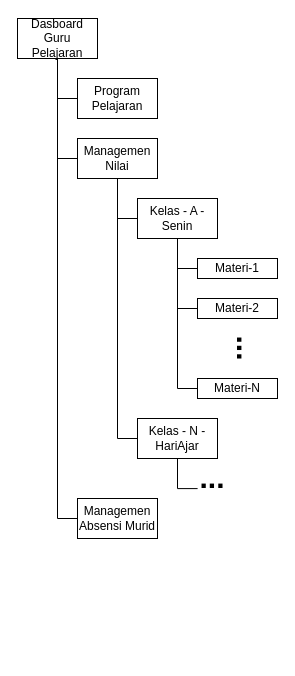
Earlier version of the draw.io diagram page "DashboardGuru-Pelajaran" (4 of 5) of docs/HirarkiTampilan.drawio (wowotek/PBP-Dosen-TR). Source tidied: cells renumbered, new cells numbered last; positions are measured from the earlier drawing's top-left corner, leaving out a move shared by most shapes. Both pictures are drawn from the tidied source at 100%, with x=0, y=0 at pixel (17, 18).
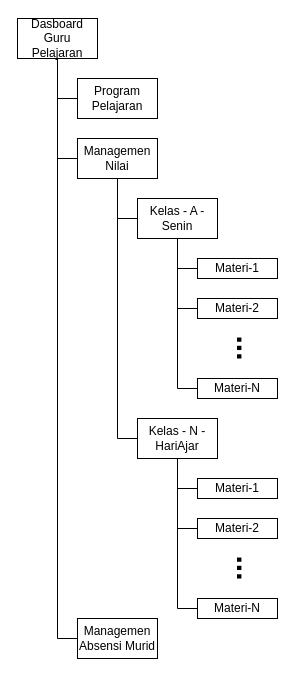
The same page after the edit.

The change refers to these unchanged cells:
```xml
<mxCell id="16" value="Kelas - N&amp;nbsp;- HariAjar" style="rounded=0;whiteSpace=wrap;html=1;" parent="1" vertex="1">
  <mxGeometry x="120" y="400" width="80" height="40" as="geometry" />
</mxCell>
```

The edit, as a diff of the source:
```diff
@@
-    <mxCell id="15" style="edgeStyle=orthogonalEdgeStyle;rounded=0;jettySize=auto;html=1;exitX=0.5;exitY=1;exitDx=0;exitDy=0;endArrow=none;endFill=0;" parent="1" edge="1" source="16">
-      <mxGeometry relative="1" as="geometry">
-        <mxPoint x="180.1" y="470.1" as="targetPoint" />
-        <Array as="points">
-          <mxPoint x="160" y="470" />
-        </Array>
-      </mxGeometry>
-    </mxCell>
+    <mxCell id="22" style="edgeStyle=orthogonalEdgeStyle;rounded=0;jettySize=auto;html=1;exitX=0.5;exitY=1;exitDx=0;exitDy=0;entryX=0;entryY=0.5;entryDx=0;entryDy=0;endArrow=none;endFill=0;" parent="1" edge="1" source="16" target="25">
+      <mxGeometry relative="1" as="geometry">
+        <Array as="points">
+          <mxPoint x="160" y="470" />
+        </Array>
+      </mxGeometry>
+    </mxCell>
+    <mxCell id="23" style="edgeStyle=orthogonalEdgeStyle;rounded=0;jettySize=auto;html=1;exitX=0.5;exitY=1;exitDx=0;exitDy=0;entryX=0;entryY=0.5;entryDx=0;entryDy=0;endArrow=none;endFill=0;" parent="1" edge="1" source="16" target="26">
+      <mxGeometry relative="1" as="geometry" />
+    </mxCell>
+    <mxCell id="24" style="edgeStyle=orthogonalEdgeStyle;rounded=0;jettySize=auto;html=1;exitX=0.5;exitY=1;exitDx=0;exitDy=0;entryX=0;entryY=0.5;entryDx=0;entryDy=0;endArrow=none;endFill=0;" parent="1" edge="1" source="16" target="27">
+      <mxGeometry relative="1" as="geometry" />
+    </mxCell>
@@
+    <mxCell id="21" value="Managemen&lt;br&gt;Absensi Murid" style="rounded=0;whiteSpace=wrap;html=1;" parent="1" vertex="1">
+      <mxGeometry x="60" y="600" width="80" height="40" as="geometry" />
+    </mxCell>
-    <mxCell id="20" value="..." style="text;html=1;strokeColor=none;fillColor=none;align=center;verticalAlign=bottom;whiteSpace=wrap;rounded=0;fontSize=30;horizontal=1;fontStyle=1;rotation=0;" parent="1" vertex="1">
-      <mxGeometry x="185" y="460" width="20" height="20" as="geometry" />
+    <mxCell id="20" value="..." style="text;html=1;strokeColor=none;fillColor=none;align=center;verticalAlign=bottom;whiteSpace=wrap;rounded=0;fontSize=30;horizontal=1;fontStyle=1;rotation=90;" parent="1" vertex="1">
+      <mxGeometry x="210" y="540" width="20" height="20" as="geometry" />
     </mxCell>
-    <mxCell id="21" value="Managemen&lt;br&gt;Absensi Murid" style="rounded=0;whiteSpace=wrap;html=1;" parent="1" vertex="1">
-      <mxGeometry x="60" y="480" width="80" height="40" as="geometry" />
-    </mxCell>
+    <mxCell id="25" value="Materi-1" style="rounded=0;whiteSpace=wrap;html=1;" parent="1" vertex="1">
+      <mxGeometry x="180" y="460" width="80" height="20" as="geometry" />
+    </mxCell>
+    <mxCell id="26" value="Materi-2" style="rounded=0;whiteSpace=wrap;html=1;" parent="1" vertex="1">
+      <mxGeometry x="180" y="500" width="80" height="20" as="geometry" />
+    </mxCell>
+    <mxCell id="27" value="Materi-N" style="rounded=0;whiteSpace=wrap;html=1;" parent="1" vertex="1">
+      <mxGeometry x="180" y="580" width="80" height="20" as="geometry" />
+    </mxCell>
```
